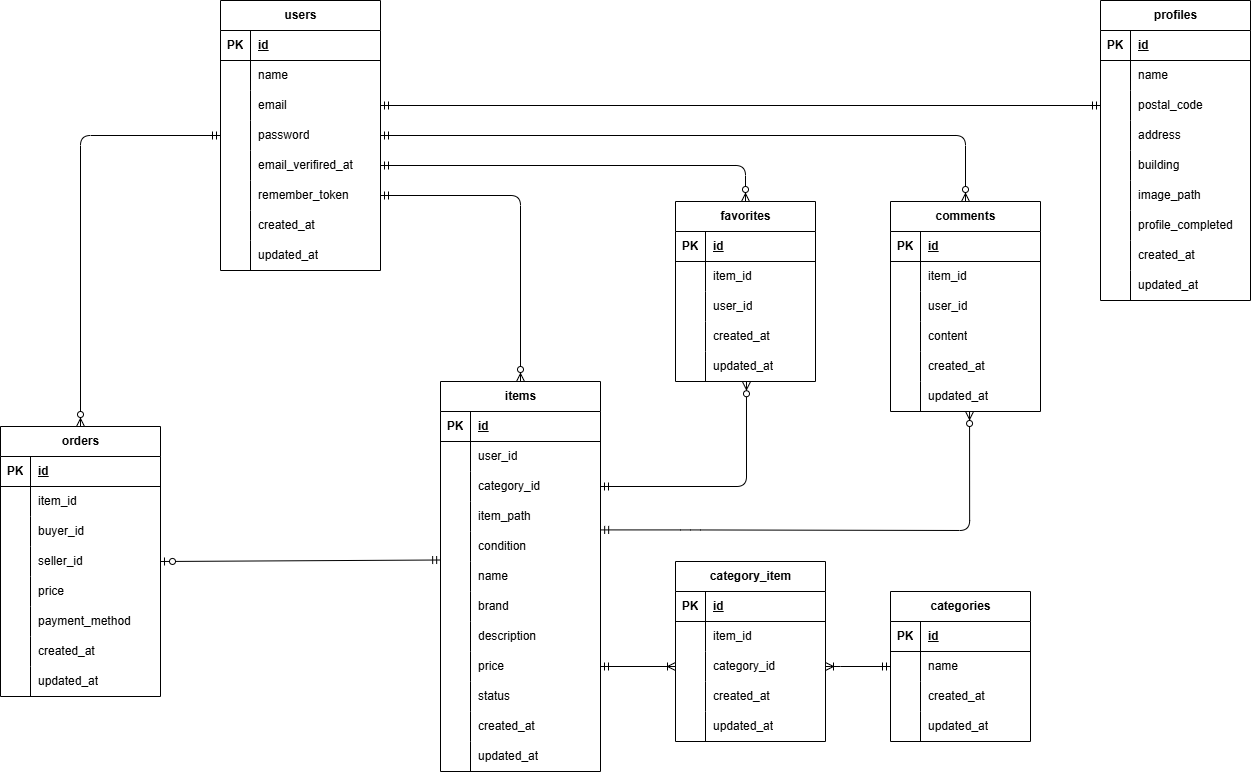
ktpsc000/CoachtechFleaMarket keeps this draw.io diagram as index.drawio.png. Above is the earlier version. Source tidied: cells renumbered, new cells last; positions are measured from the earlier drawing's top-left corner, leaving out a move shared by most shapes.
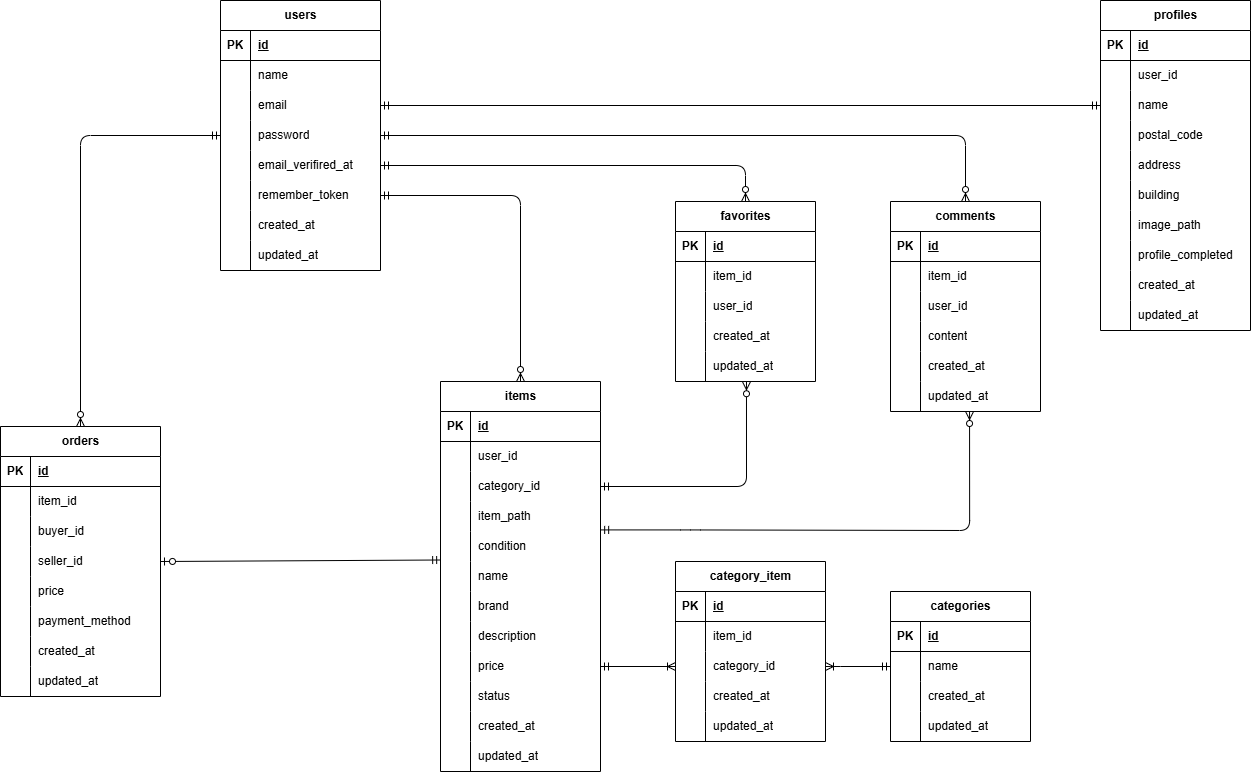
After the commit.

Commit message:
ER図、migration編集

Diff of the diagram source:
```diff
@@ -499,7 +499,7 @@
       </mxGeometry>
     </mxCell>
     <mxCell id="162" value="profiles" style="shape=table;startSize=30;rowLines=0;fontStyle=1;align=center;html=1;" parent="1" vertex="1">
-      <mxGeometry x="1100" width="150" height="300" as="geometry" />
+      <mxGeometry x="1100" width="150" height="330" as="geometry" />
     </mxCell>
     <mxCell id="163" style="shape=tableRow;horizontal=0;startSize=0;swimlaneHead=0;swimlaneBody=0;fillColor=none;top=0;left=0;right=0;bottom=1;" parent="162" vertex="1">
       <mxGeometry y="30" width="150" height="30" as="geometry" />
@@ -516,11 +516,20 @@
     <mxCell id="167" style="shape=partialRectangle;fillColor=none;top=0;left=0;bottom=0;right=0;overflow=hidden;whiteSpace=wrap;html=1;" parent="166" vertex="1">
       <mxGeometry width="30" height="30" as="geometry" />
     </mxCell>
-    <mxCell id="168" value="name" style="shape=partialRectangle;fillColor=none;top=0;left=0;bottom=0;right=0;align=left;spacingLeft=6;overflow=hidden;whiteSpace=wrap;html=1;" parent="166" vertex="1">
+    <mxCell id="168" value="user_id" style="shape=partialRectangle;fillColor=none;top=0;left=0;bottom=0;right=0;align=left;spacingLeft=6;overflow=hidden;whiteSpace=wrap;html=1;" parent="166" vertex="1">
       <mxGeometry x="30" width="120" height="30" as="geometry" />
     </mxCell>
+    <mxCell id="194" style="shape=tableRow;horizontal=0;startSize=0;swimlaneHead=0;swimlaneBody=0;fillColor=none;points=[[0,0.5],[1,0.5]];portConstraint=eastwest;top=0;left=0;right=0;bottom=0;" parent="162" vertex="1">
+      <mxGeometry y="90" width="150" height="30" as="geometry" />
+    </mxCell>
+    <mxCell id="195" style="shape=partialRectangle;fillColor=none;top=0;left=0;bottom=0;right=0;overflow=hidden;whiteSpace=wrap;html=1;" parent="194" vertex="1">
+      <mxGeometry width="30" height="30" as="geometry" />
+    </mxCell>
+    <mxCell id="196" value="&lt;div&gt;&lt;span style=&quot;background-color: transparent;&quot;&gt;name&lt;/span&gt;&lt;/div&gt;" style="shape=partialRectangle;fillColor=none;top=0;left=0;bottom=0;right=0;align=left;spacingLeft=6;overflow=hidden;whiteSpace=wrap;html=1;" parent="194" vertex="1">
+      <mxGeometry x="30" width="120" height="30" as="geometry" />
+    </mxCell>
     <mxCell id="169" style="shape=tableRow;horizontal=0;startSize=0;swimlaneHead=0;swimlaneBody=0;fillColor=none;points=[[0,0.5],[1,0.5]];portConstraint=eastwest;top=0;left=0;right=0;bottom=0;" parent="162" vertex="1">
-      <mxGeometry y="90" width="150" height="30" as="geometry" />
+      <mxGeometry y="120" width="150" height="30" as="geometry" />
     </mxCell>
     <mxCell id="170" style="shape=partialRectangle;fillColor=none;top=0;left=0;bottom=0;right=0;overflow=hidden;whiteSpace=wrap;html=1;" parent="169" vertex="1">
       <mxGeometry width="30" height="30" as="geometry" />
@@ -529,7 +538,7 @@
       <mxGeometry x="30" width="120" height="30" as="geometry" />
     </mxCell>
     <mxCell id="172" style="shape=tableRow;horizontal=0;startSize=0;swimlaneHead=0;swimlaneBody=0;fillColor=none;top=0;left=0;right=0;bottom=0;" parent="162" vertex="1">
-      <mxGeometry y="120" width="150" height="30" as="geometry" />
+      <mxGeometry y="150" width="150" height="30" as="geometry" />
     </mxCell>
     <mxCell id="173" style="shape=partialRectangle;fillColor=none;top=0;left=0;bottom=0;right=0;overflow=hidden;whiteSpace=wrap;html=1;" parent="172" vertex="1">
       <mxGeometry width="30" height="30" as="geometry" />
@@ -538,7 +547,7 @@
       <mxGeometry x="30" width="120" height="30" as="geometry" />
     </mxCell>
     <mxCell id="175" style="shape=tableRow;horizontal=0;startSize=0;swimlaneHead=0;swimlaneBody=0;fillColor=none;top=0;left=0;right=0;bottom=0;" parent="162" vertex="1">
-      <mxGeometry y="150" width="150" height="30" as="geometry" />
+      <mxGeometry y="180" width="150" height="30" as="geometry" />
     </mxCell>
     <mxCell id="176" style="shape=partialRectangle;fillColor=none;top=0;left=0;bottom=0;right=0;overflow=hidden;whiteSpace=wrap;html=1;" parent="175" vertex="1">
       <mxGeometry width="30" height="30" as="geometry" />
@@ -547,7 +556,7 @@
       <mxGeometry x="30" width="120" height="30" as="geometry" />
     </mxCell>
     <mxCell id="178" style="shape=tableRow;horizontal=0;startSize=0;swimlaneHead=0;swimlaneBody=0;fillColor=none;top=0;left=0;right=0;bottom=0;" parent="162" vertex="1">
-      <mxGeometry y="180" width="150" height="30" as="geometry" />
+      <mxGeometry y="210" width="150" height="30" as="geometry" />
     </mxCell>
     <mxCell id="179" style="shape=partialRectangle;fillColor=none;top=0;left=0;bottom=0;right=0;overflow=hidden;whiteSpace=wrap;html=1;" parent="178" vertex="1">
       <mxGeometry width="30" height="30" as="geometry" />
@@ -556,7 +565,7 @@
       <mxGeometry x="30" width="120" height="30" as="geometry" />
     </mxCell>
     <mxCell id="181" style="shape=tableRow;horizontal=0;startSize=0;swimlaneHead=0;swimlaneBody=0;fillColor=none;top=0;left=0;right=0;bottom=0;" parent="162" vertex="1">
-      <mxGeometry y="210" width="150" height="30" as="geometry" />
+      <mxGeometry y="240" width="150" height="30" as="geometry" />
     </mxCell>
     <mxCell id="182" style="shape=partialRectangle;fillColor=none;top=0;left=0;bottom=0;right=0;overflow=hidden;whiteSpace=wrap;html=1;" parent="181" vertex="1">
       <mxGeometry width="30" height="30" as="geometry" />
@@ -565,7 +574,7 @@
       <mxGeometry x="30" width="120" height="30" as="geometry" />
     </mxCell>
     <mxCell id="184" style="shape=tableRow;horizontal=0;startSize=0;swimlaneHead=0;swimlaneBody=0;fillColor=none;top=0;left=0;right=0;bottom=0;" parent="162" vertex="1">
-      <mxGeometry y="240" width="150" height="30" as="geometry" />
+      <mxGeometry y="270" width="150" height="30" as="geometry" />
     </mxCell>
     <mxCell id="185" style="shape=partialRectangle;fillColor=none;top=0;left=0;bottom=0;right=0;overflow=hidden;whiteSpace=wrap;html=1;" parent="184" vertex="1">
       <mxGeometry width="30" height="30" as="geometry" />
@@ -574,7 +583,7 @@
       <mxGeometry x="30" width="120" height="30" as="geometry" />
     </mxCell>
     <mxCell id="187" style="shape=tableRow;horizontal=0;startSize=0;swimlaneHead=0;swimlaneBody=0;fillColor=none;top=0;left=0;right=0;bottom=0;" parent="162" vertex="1">
-      <mxGeometry y="270" width="150" height="30" as="geometry" />
+      <mxGeometry y="300" width="150" height="30" as="geometry" />
     </mxCell>
     <mxCell id="188" style="shape=partialRectangle;fillColor=none;top=0;left=0;bottom=0;right=0;overflow=hidden;whiteSpace=wrap;html=1;" parent="187" vertex="1">
       <mxGeometry width="30" height="30" as="geometry" />
@@ -597,7 +606,7 @@
         </Array>
       </mxGeometry>
     </mxCell>
-    <mxCell id="192" style="edgeStyle=orthogonalEdgeStyle;fontSize=12;html=1;endArrow=ERmandOne;startArrow=ERmandOne;exitX=1;exitY=0.5;exitDx=0;exitDy=0;entryX=0;entryY=0.5;entryDx=0;entryDy=0;endFill=0;" parent="1" edge="1" source="119" target="169">
+    <mxCell id="192" style="edgeStyle=orthogonalEdgeStyle;fontSize=12;html=1;endArrow=ERmandOne;startArrow=ERmandOne;exitX=1;exitY=0.5;exitDx=0;exitDy=0;entryX=0;entryY=0.5;entryDx=0;entryDy=0;endFill=0;" parent="1" edge="1" source="119" target="194">
       <mxGeometry relative="1" as="geometry" />
     </mxCell>
     <mxCell id="193" style="edgeStyle=orthogonalEdgeStyle;fontSize=12;html=1;endArrow=ERmandOne;endFill=0;startArrow=ERzeroToMany;entryX=1;entryY=0.5;entryDx=0;entryDy=0;exitX=0.5;exitY=0;exitDx=0;exitDy=0;" parent="1" edge="1" source="2" target="128">
```
